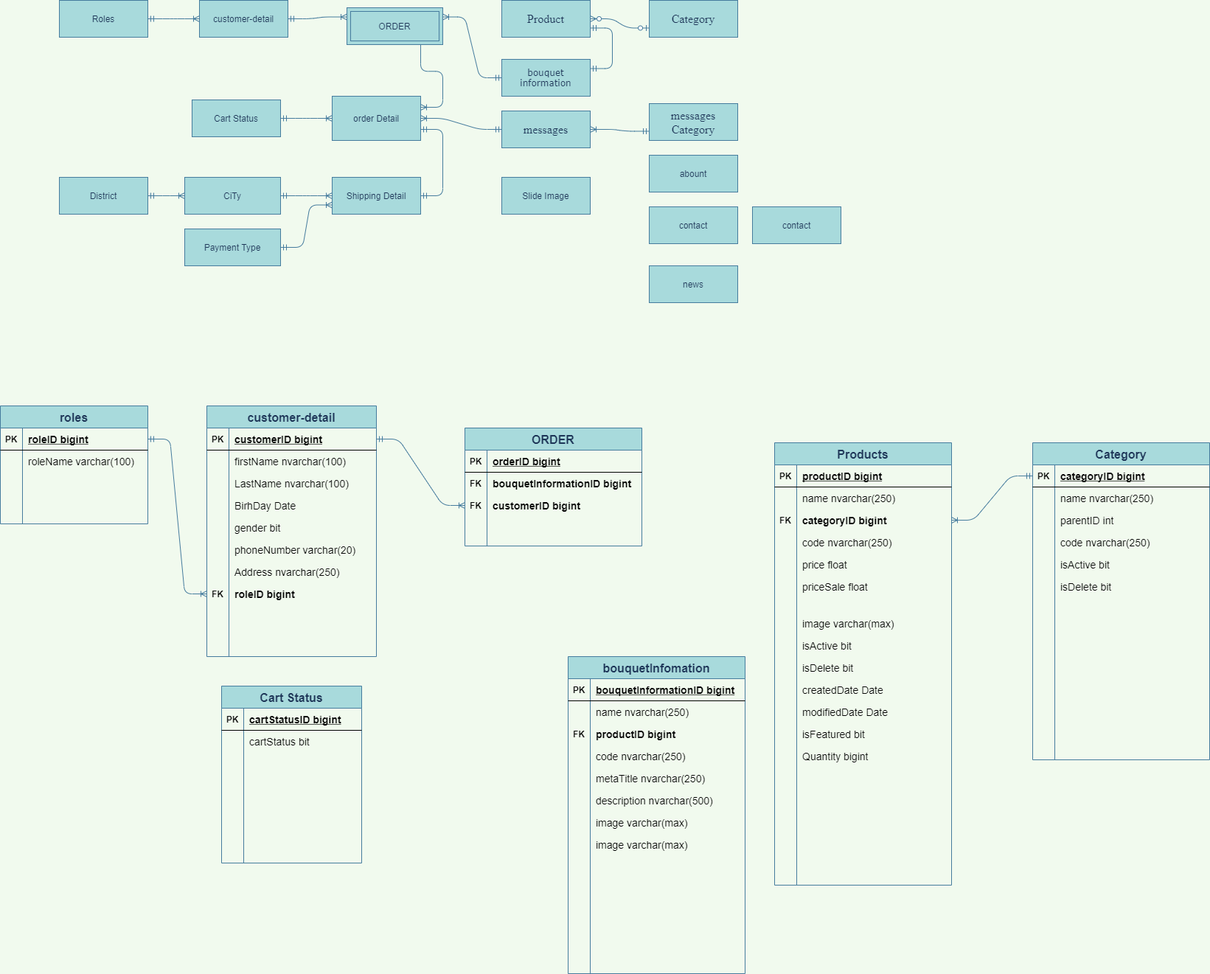
This is Untitled Diagram.png from maialino123/Eproject-SEM3, a draw.io export, as it was before one commit. Source tidied: cells renumbered, new cells last; positions are measured from the earlier drawing's top-left corner, leaving out a move shared by most shapes.
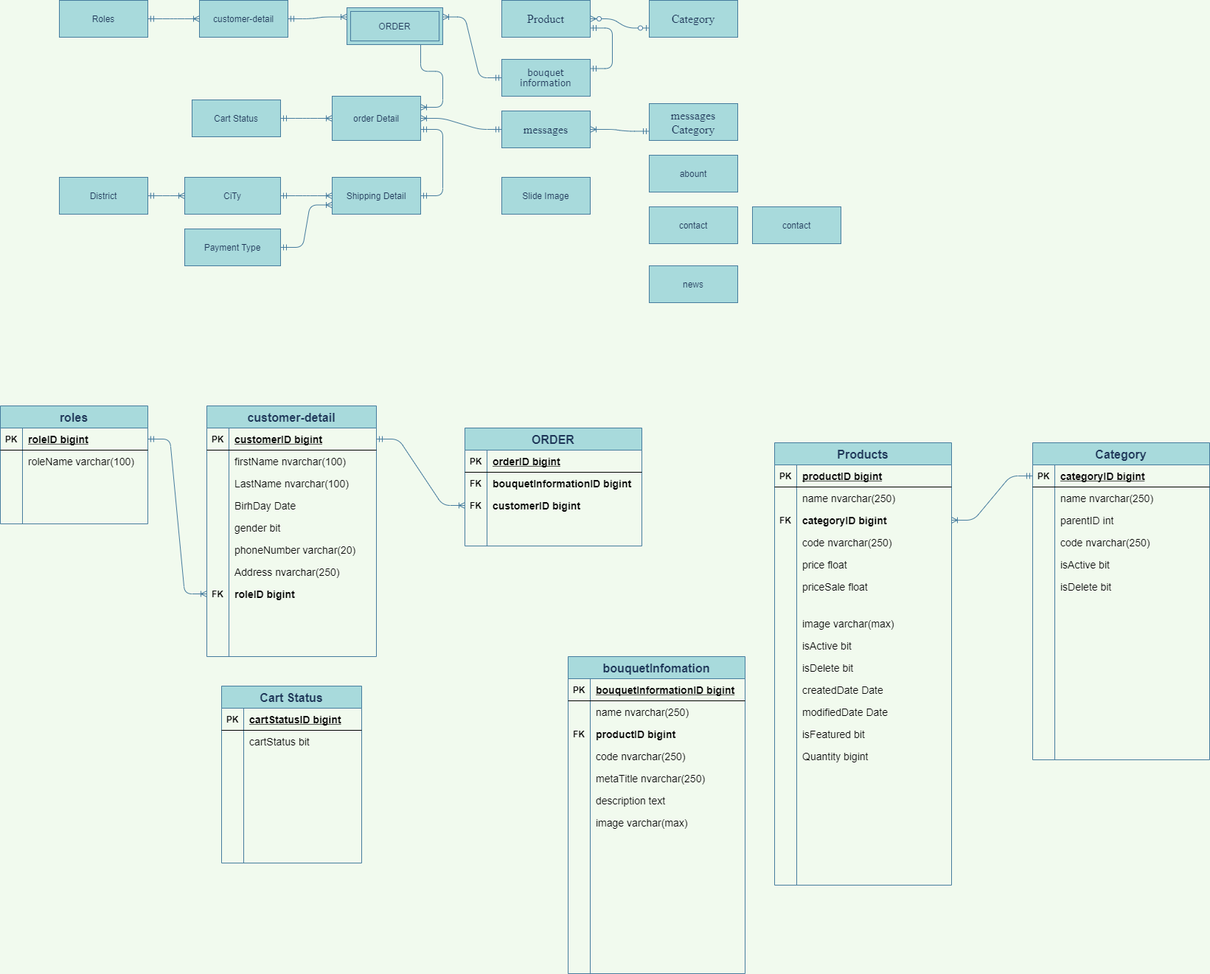
Later version of the same file.

Change to the diagram source:
```diff
@@ -506,7 +506,7 @@
     <mxCell id="169" style="shape=partialRectangle;fillColor=none;top=0;left=0;bottom=0;right=0;overflow=hidden;" parent="168" vertex="1">
       <mxGeometry width="30" height="30" as="geometry" />
     </mxCell>
-    <mxCell id="170" value="description nvarchar(500)" style="shape=partialRectangle;fillColor=none;top=0;left=0;bottom=0;right=0;align=left;spacingLeft=6;overflow=hidden;fontSize=14;" parent="168" vertex="1">
+    <mxCell id="170" value="description text" style="shape=partialRectangle;fillColor=none;top=0;left=0;bottom=0;right=0;align=left;spacingLeft=6;overflow=hidden;fontSize=14;" parent="168" vertex="1">
       <mxGeometry x="30" width="210" height="30" as="geometry" />
     </mxCell>
     <mxCell id="171" style="shape=partialRectangle;fillColor=none;top=0;left=0;bottom=0;right=0;" parent="152" vertex="1">
@@ -524,7 +524,7 @@
     <mxCell id="175" style="shape=partialRectangle;fillColor=none;top=0;left=0;bottom=0;right=0;overflow=hidden;" parent="174" vertex="1">
       <mxGeometry width="30" height="30" as="geometry" />
     </mxCell>
-    <mxCell id="176" value="image varchar(max)" style="shape=partialRectangle;fillColor=none;top=0;left=0;bottom=0;right=0;align=left;spacingLeft=6;overflow=hidden;fontSize=14;" parent="174" vertex="1">
+    <mxCell id="176" style="shape=partialRectangle;fillColor=none;top=0;left=0;bottom=0;right=0;align=left;spacingLeft=6;overflow=hidden;fontSize=14;" parent="174" vertex="1">
       <mxGeometry x="30" width="210" height="30" as="geometry" />
     </mxCell>
     <mxCell id="177" value="Category" style="shape=table;startSize=30;rowLines=0;fontStyle=1;align=center;rounded=0;sketch=0;fontSize=16;fontColor=#1D3557;strokeColor=#457B9D;fillColor=#A8DADC;" parent="1" vertex="1">
```
